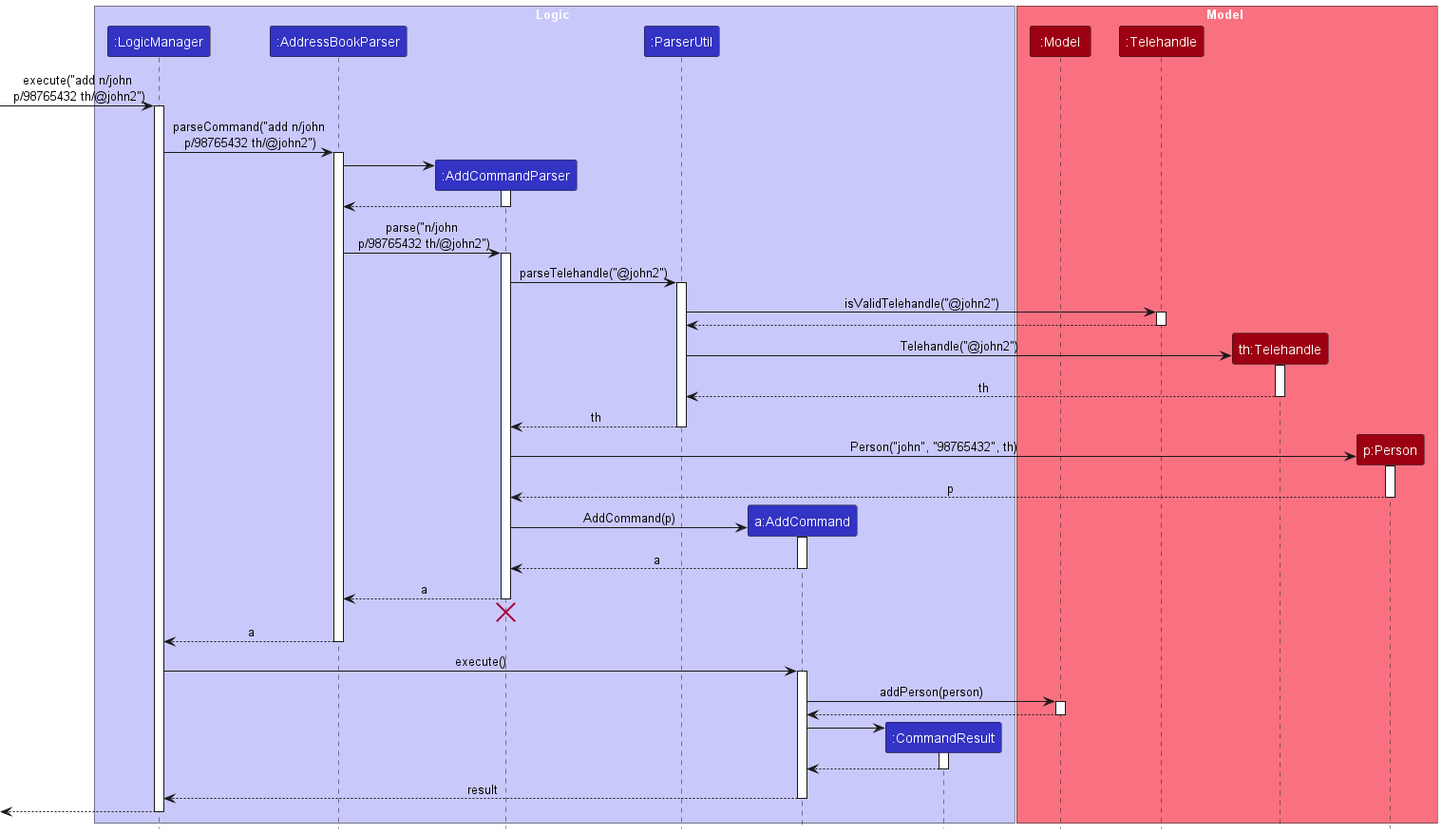
tanteckfang/tp keeps this PlantUML diagram as docs/images/TelehandleSequenceDiagram.png. Above is the earlier version.
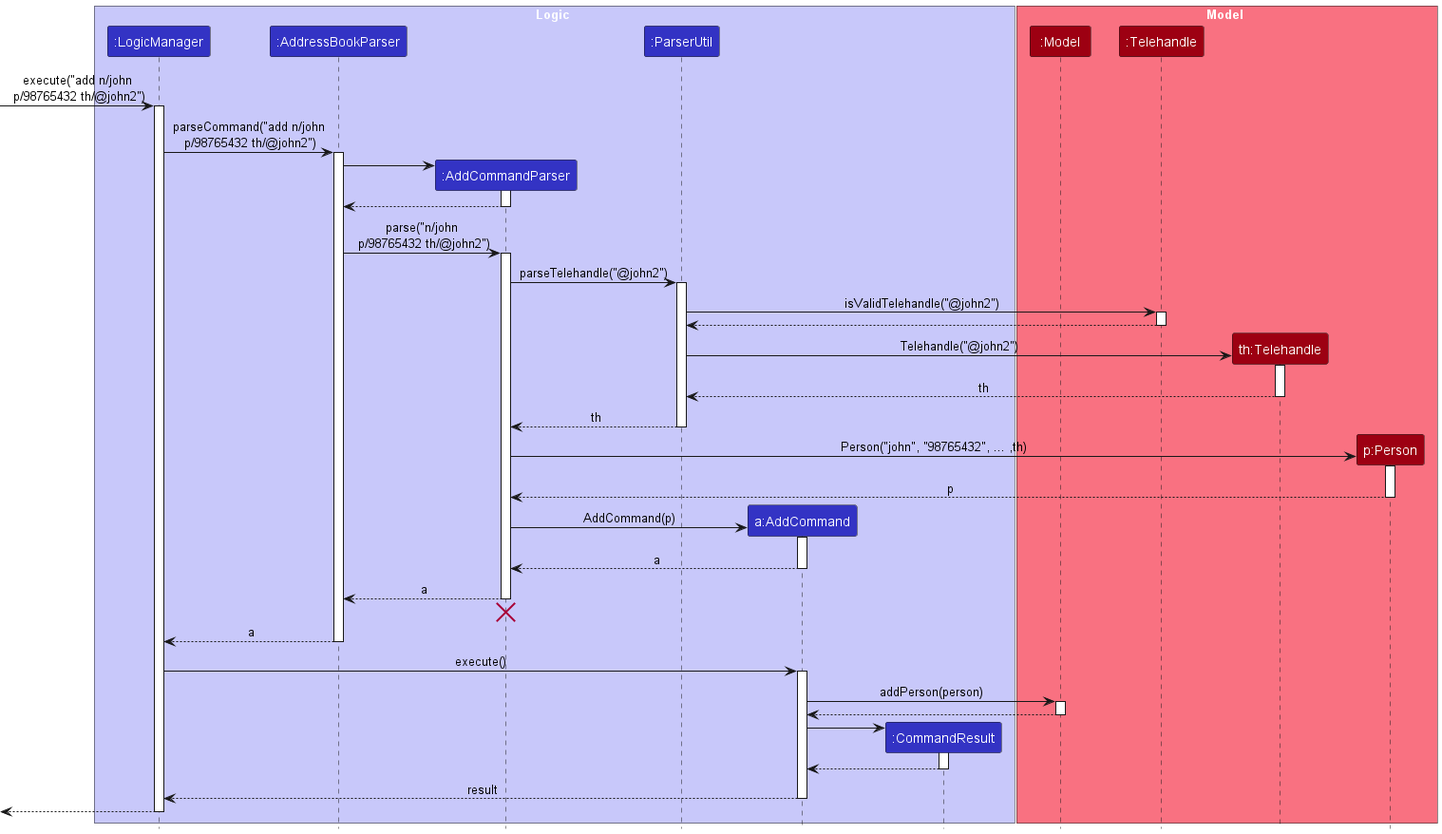
Above is the later version.

Commit message:
Update telehandle sequence diagram and the implementation

What changed in the source:
```diff
@@ -54,7 +54,7 @@
 deactivate ParserUtil
 
 create Person
-AddCommandParser -> Person : Person("john", "98765432", th)
+AddCommandParser -> Person : Person("john", "98765432", ... ,th)
 activate Person
 
 Person --> AddCommandParser : p
```
